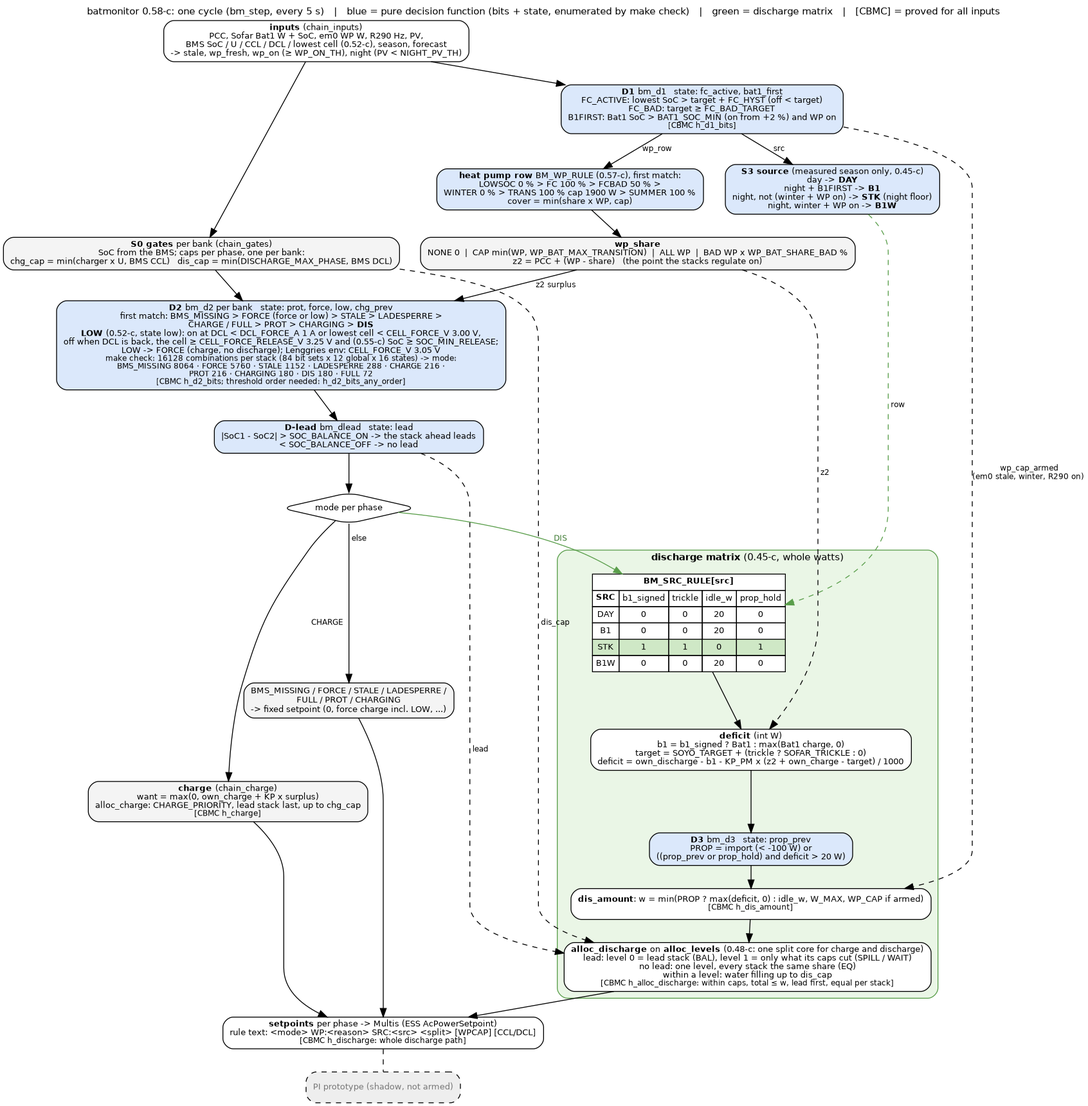
gerontec/victron keeps this Graphviz diagram as docs/discharge_flow.png. Above is the earlier version. Its source is kept beside it as docs/discharge_flow.dot.
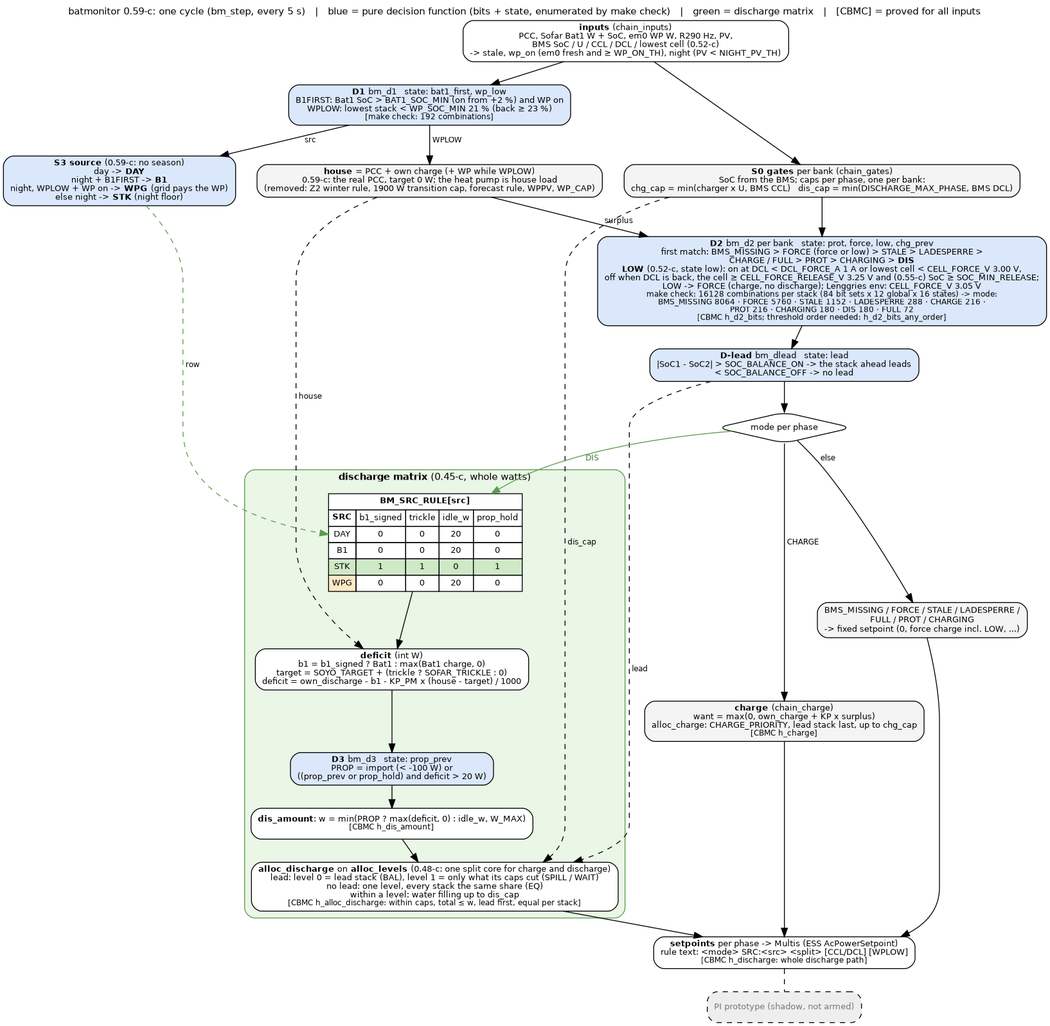
The same diagram one commit later.

Change to the diagram source:
```diff
@@ -1,19 +1,17 @@
 digraph batmonitor {
 	graph [rankdir=TB, fontname="Helvetica", fontsize=11, nodesep=0.35, ranksep=0.35, newrank=true,
-		   label="batmonitor 0.58-c: one cycle (bm_step, every 5 s)   |   blue = pure decision function (bits + state, enumerated by make check)   |   green = discharge matrix   |   [CBMC] = proved for all inputs",
+		   label="batmonitor 0.59-c: one cycle (bm_step, every 5 s)   |   blue = pure decision function (bits + state, enumerated by make check)   |   green = discharge matrix   |   [CBMC] = proved for all inputs",
 		   labelloc=t];
 	node [shape=box, style="rounded,filled", fillcolor="#f4f4f4", fontname="Helvetica", fontsize=10];
 	edge [fontname="Helvetica", fontsize=9];
 
-	in [label=<<b>inputs</b> (chain_inputs)<br/>PCC, Sofar Bat1 W + SoC, em0 WP W, R290 Hz, PV,<br/>BMS SoC / U / CCL / DCL / lowest cell (0.52-c), season, forecast<br/>-&gt; stale, wp_fresh, wp_on (&ge; WP_ON_TH), night (PV &lt; NIGHT_PV_TH)>, fillcolor="#ffffff"];
+	in [label=<<b>inputs</b> (chain_inputs)<br/>PCC, Sofar Bat1 W + SoC, em0 WP W, R290 Hz, PV,<br/>BMS SoC / U / CCL / DCL / lowest cell (0.52-c)<br/>-&gt; stale, wp_on (em0 fresh and &ge; WP_ON_TH), night (PV &lt; NIGHT_PV_TH)>, fillcolor="#ffffff"];
 
-	d1 [label=<<b>D1</b> bm_d1   state: fc_active, bat1_first<br/>FC_ACTIVE: lowest SoC &gt; target + FC_HYST (off &lt; target)<br/>FC_BAD: target &ge; FC_BAD_TARGET<br/>B1FIRST: Bat1 SoC &gt; BAT1_SOC_MIN (on from +2 %) and WP on<br/><font point-size="9">[CBMC h_d1_bits]</font>>, fillcolor="#dbe8fb"];
+	d1 [label=<<b>D1</b> bm_d1   state: bat1_first, wp_low<br/>B1FIRST: Bat1 SoC &gt; BAT1_SOC_MIN (on from +2 %) and WP on<br/>WPLOW: lowest stack &lt; WP_SOC_MIN 21 % (back &ge; 23 %)<br/><font point-size="9">[make check: 192 combinations]</font>>, fillcolor="#dbe8fb"];
 
-	src [label=<<b>S3 source</b> (measured season only, 0.45-c)<br/>day -&gt; <b>DAY</b><br/>night + B1FIRST -&gt; <b>B1</b><br/>night, not (winter + WP on) -&gt; <b>STK</b> (night floor)<br/>night, winter + WP on -&gt; <b>B1W</b>>, fillcolor="#dbe8fb"];
+	src [label=<<b>S3 source</b> (0.59-c: no season)<br/>day -&gt; <b>DAY</b><br/>night + B1FIRST -&gt; <b>B1</b><br/>night, WPLOW + WP on -&gt; <b>WPG</b> (grid pays the WP)<br/>else night -&gt; <b>STK</b> (night floor)>, fillcolor="#dbe8fb"];
 
-	wpk [label=<<b>heat pump row</b> BM_WP_RULE (0.57-c), first match:<br/>LOWSOC 0 % &gt; FC 100 % &gt; FCBAD 50 % &gt;<br/>WINTER 0 % &gt; TRANS 100 % cap 1900 W &gt; SUMMER 100 %<br/>cover = min(share x WP, cap)>, fillcolor="#dbe8fb"];
-
-	share [label=<<b>wp_share</b><br/>NONE 0  |  CAP min(WP, WP_BAT_MAX_TRANSITION)  |  ALL WP  |  BAD WP x WP_BAT_SHARE_BAD %<br/>z2 = PCC + (WP - share)   (the point the stacks regulate on)>];
+	share [label=<<b>house</b> = PCC + own charge (+ WP while WPLOW)<br/>0.59-c: the real PCC, target 0 W; the heat pump is house load<br/>(removed: Z2 winter rule, 1900 W transition cap, forecast rule, WPPV, WP_CAP)>];
 
 	gates [label=<<b>S0 gates</b> per bank (chain_gates)<br/>SoC from the BMS; caps per phase, one per bank:<br/>chg_cap = min(charger x U, BMS CCL)   dis_cap = min(DISCHARGE_MAX_PHASE, BMS DCL)>];
 
@@ -33,26 +31,25 @@
 			<tr><td>DAY</td><td>0</td><td>0</td><td>20</td><td>0</td></tr>
 			<tr><td>B1</td><td>0</td><td>0</td><td>20</td><td>0</td></tr>
 			<tr><td bgcolor="#cfe8c6">STK</td><td bgcolor="#cfe8c6">1</td><td bgcolor="#cfe8c6">1</td><td bgcolor="#cfe8c6">0</td><td bgcolor="#cfe8c6">1</td></tr>
-			<tr><td>B1W</td><td>0</td><td>0</td><td>20</td><td>0</td></tr>
+			<tr><td bgcolor="#fde9c8">WPG</td><td>0</td><td>0</td><td>20</td><td>0</td></tr>
 			</table>>];
-		deficit [label=<<b>deficit</b> (int W)<br/>b1 = b1_signed ? Bat1 : max(Bat1 charge, 0)<br/>target = SOYO_TARGET + (trickle ? SOFAR_TRICKLE : 0)<br/>deficit = own_discharge - b1 - KP_PM x (z2 + own_charge - target) / 1000>, fillcolor="#ffffff"];
+		deficit [label=<<b>deficit</b> (int W)<br/>b1 = b1_signed ? Bat1 : max(Bat1 charge, 0)<br/>target = SOYO_TARGET + (trickle ? SOFAR_TRICKLE : 0)<br/>deficit = own_discharge - b1 - KP_PM x (house - target) / 1000>, fillcolor="#ffffff"];
 		d3 [label=<<b>D3</b> bm_d3   state: prop_prev<br/>PROP = import (&lt; -100 W) or<br/>((prop_prev or prop_hold) and deficit &gt; 20 W)>, fillcolor="#dbe8fb"];
-		amount [label=<<b>dis_amount</b>: w = min(PROP ? max(deficit, 0) : idle_w, W_MAX, WP_CAP if armed)<br/><font point-size="9">[CBMC h_dis_amount]</font>>, fillcolor="#ffffff"];
+		amount [label=<<b>dis_amount</b>: w = min(PROP ? max(deficit, 0) : idle_w, W_MAX)<br/><font point-size="9">[CBMC h_dis_amount]</font>>, fillcolor="#ffffff"];
 		alloc [label=<<b>alloc_discharge</b> on <b>alloc_levels</b> (0.48-c: one split core for charge and discharge)<br/>lead: level 0 = lead stack (BAL), level 1 = only what its caps cut (SPILL / WAIT)<br/>no lead: one level, every stack the same share (EQ)<br/>within a level: water filling up to dis_cap<br/><font point-size="9">[CBMC h_alloc_discharge: within caps, total &le; w, lead first, equal per stack]</font>>, fillcolor="#ffffff"];
 		rule -> deficit -> d3 -> amount -> alloc;
 	}
 
 	chg [label=<<b>charge</b> (chain_charge)<br/>want = max(0, own_charge + KP x surplus)<br/>alloc_charge: CHARGE_PRIORITY, lead stack last, up to chg_cap<br/><font point-size="9">[CBMC h_charge]</font>>];
 
-	out [label=<<b>setpoints</b> per phase -&gt; Multis (ESS AcPowerSetpoint)<br/>rule text: &lt;mode&gt; WP:&lt;reason&gt; SRC:&lt;src&gt; &lt;split&gt; [WPCAP] [CCL/DCL]<br/><font point-size="9">[CBMC h_discharge: whole discharge path]</font>>, fillcolor="#ffffff"];
+	out [label=<<b>setpoints</b> per phase -&gt; Multis (ESS AcPowerSetpoint)<br/>rule text: &lt;mode&gt; SRC:&lt;src&gt; &lt;split&gt; [CCL/DCL] [WPLOW]<br/><font point-size="9">[CBMC h_discharge: whole discharge path]</font>>, fillcolor="#ffffff"];
 	pi [label="PI prototype (shadow, not armed)", fillcolor="#eeeeee", fontcolor="#777777", style="rounded,filled,dashed"];
 
 	in -> d1;
 	d1 -> src [label=" src"];
-	d1 -> wpk [label=" wp_row"];
-	wpk -> share;
+	d1 -> share [label=" WPLOW"];
 	in -> gates;
-	share -> d2 [label=" z2 surplus"];
+	share -> d2 [label=" surplus"];
 	gates -> d2;
 	d2 -> lead;
 	lead -> modesplit;
@@ -60,8 +57,7 @@
 	modesplit -> chg [label=" CHARGE"];
 	modesplit -> other [label=" else"];
 	src -> rule [color="#5a9e4b", style=dashed, label=" row"];
-	share -> deficit [style=dashed, label=" z2"];
-	d1 -> amount [style=dashed, label=" wp_cap_armed\n(em0 stale, winter, R290 on)"];
+	share -> deficit [style=dashed, label=" house"];
 	gates -> alloc [style=dashed, label=" dis_cap"];
 	lead -> alloc [style=dashed, label=" lead"];
 	alloc -> out;
@@ -69,5 +65,5 @@
 	other -> out;
 	out -> pi [style=dashed, arrowhead=none];
 
-	{rank=same; src; wpk;}
+	{rank=same; src; share;}
 }
```
